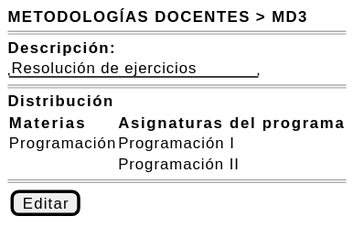
Above: images/RUP/01-requisitos/03-detalle-casos-uso/abrirMetodologiaDocente/wireframe.svg in mmasias/pyCeldaPublico (PlantUML), before the change.
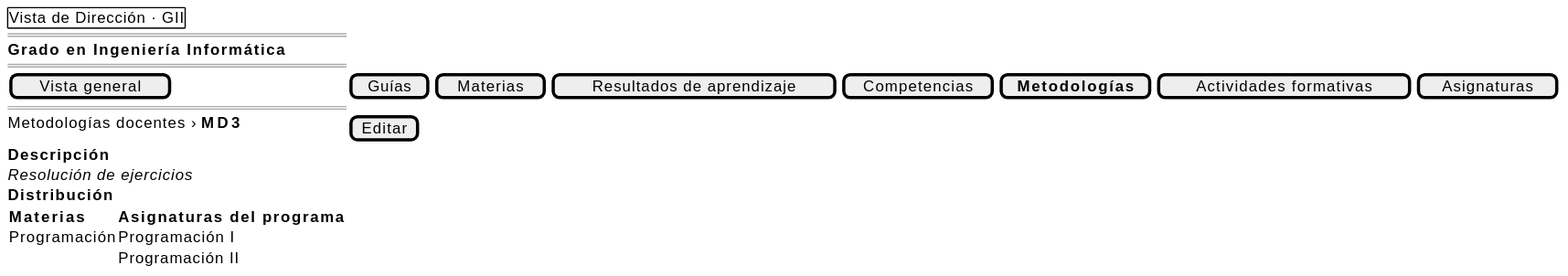
The same diagram one commit later.

Diff of the diagram source:
```diff
@@ -1,17 +1,19 @@
 @startsalt abrirMetodologiaDocente-wireframe
 {
-    <b>METODOLOGÍAS DOCENTES > MD3</b>
+    {+ Vista de Dirección · GII }
     ====
-    <b>Descripción:</b>
-    "Resolución de ejercicios"
+    <b>Grado en Ingeniería Informática</b>
     ====
+    [ Vista general ] | [ Guías ] | [ Materias ] | [ Resultados de aprendizaje ] | [ Competencias ] | [ <b>Metodologías</b> ] | [ Actividades formativas ] | [ Asignaturas ]
+    ====
+    Metodologías docentes › <b>MD3</b> | [Editar]
+    <b>Descripción</b>
+    <i>Resolución de ejercicios</i>
     <b>Distribución</b>
     {
         <b>Materias</b> | <b>Asignaturas del programa</b>
         Programación | Programación I
         . | Programación II
     }
-    ====
-    {[Editar]}
 }
 @endsalt
```
